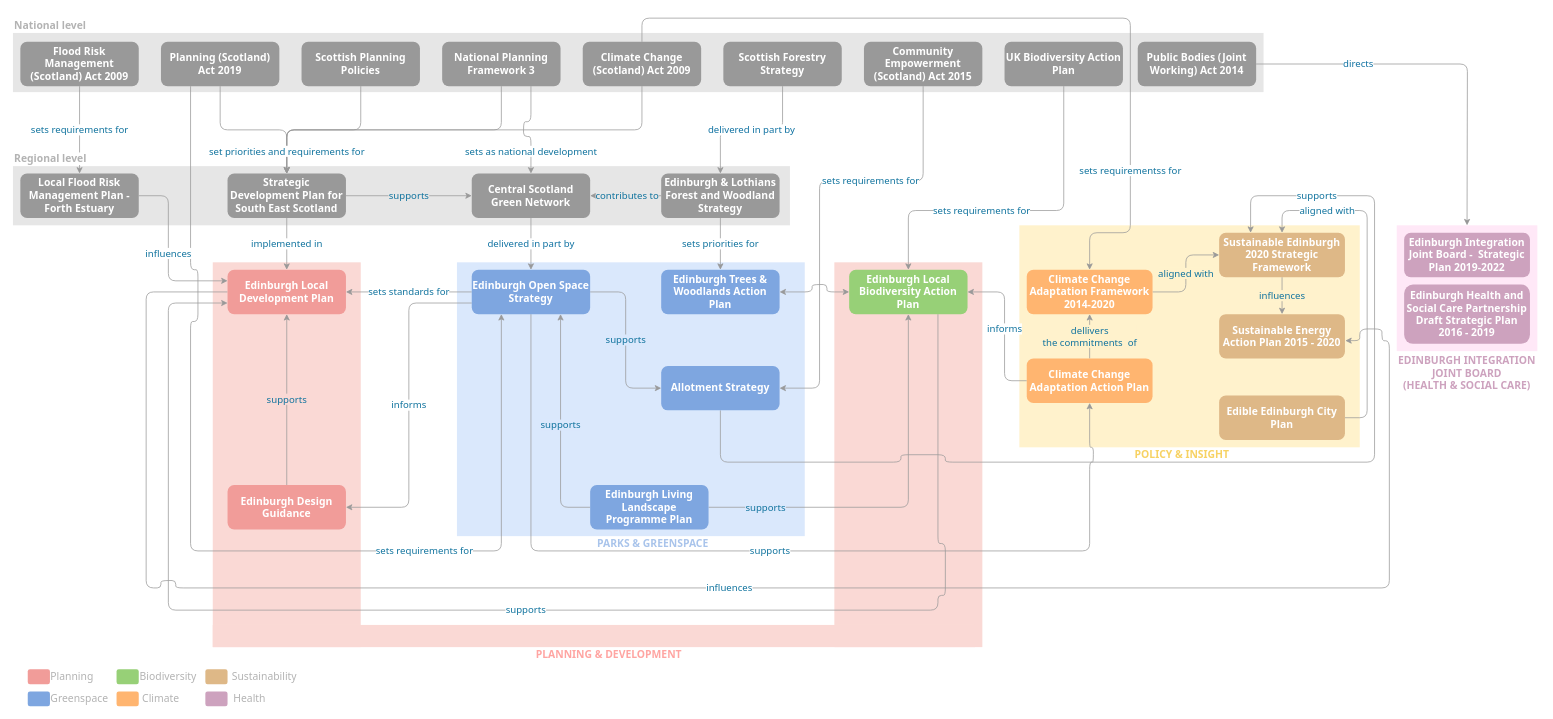
nadasaidi/automatic-funicular keeps this draw.io diagram as DocsMap.drawio. Above is the earlier version. Source tidied: cells renumbered, new cells numbered last; positions are measured from the earlier drawing's top-left corner, leaving out a move shared by most shapes. Both pictures are drawn from the tidied source at 74%, with x=0, y=0 at pixel (13, 18).
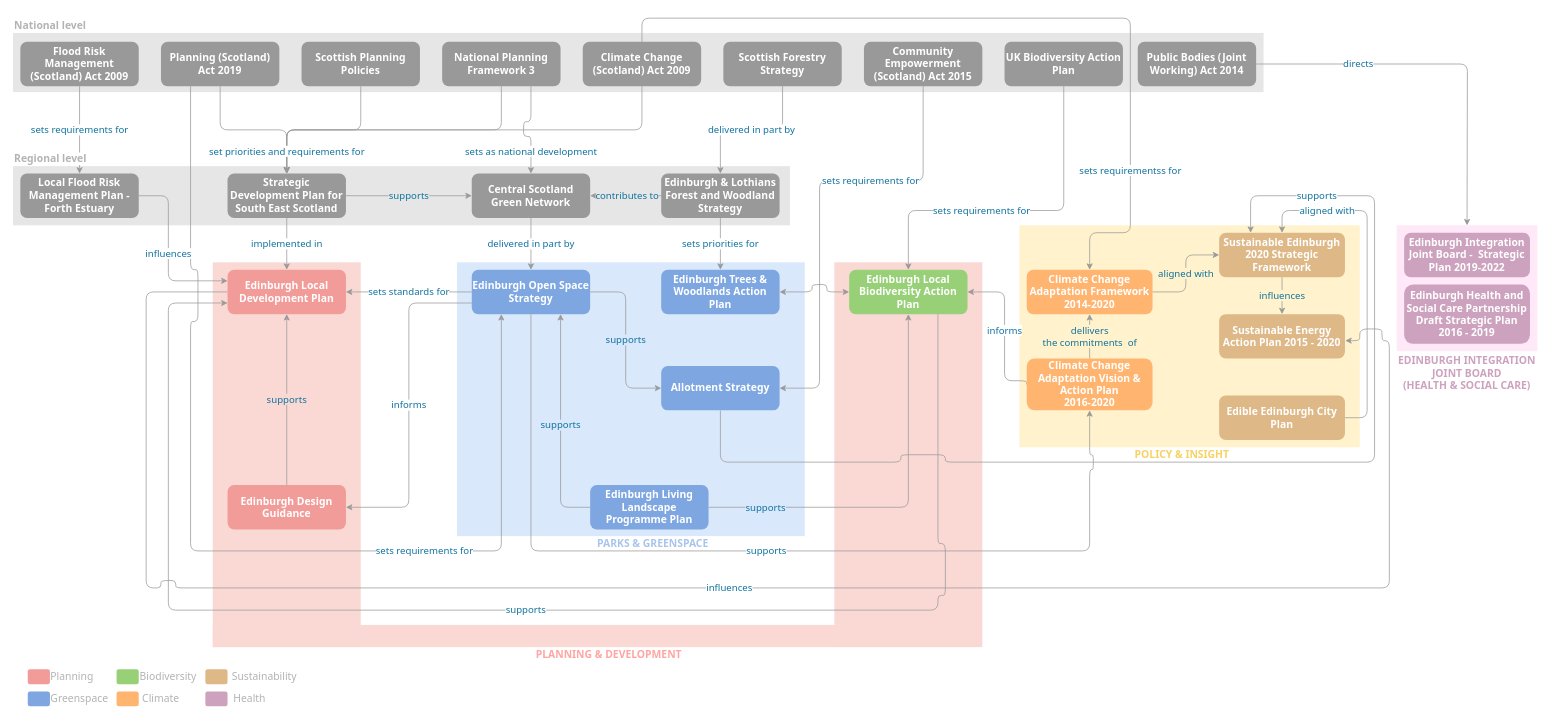
The same page after the edit.

Unchanged cells that the change refers to:
```xml
<mxCell id="44" value="Edinburgh Open Space Strategy" style="rounded=1;fillColor=#7EA6E0;strokeColor=none;fontColor=#FFFFFF;fontStyle=1;fontFamily=Tahoma;fontSize=14;whiteSpace=wrap;" parent="1" vertex="1">
  <mxGeometry x="620" y="340" width="160" height="60" as="geometry" />
</mxCell>
```

Diff of the diagram source:
```diff
@@
     <mxCell id="42" value="supports" style="edgeStyle=orthogonalEdgeStyle;jettySize=auto;html=1;exitX=0.5;exitY=1;exitDx=0;exitDy=0;entryX=0.5;entryY=1;entryDx=0;entryDy=0;startFill=0;strokeColor=#999999;fontColor=#10739E;fontFamily=Tahoma;fontSize=13;" parent="1" edge="1" source="44" target="58">
       <mxGeometry relative="1" as="geometry">
         <Array as="points">
           <mxPoint x="700" y="720" />
           <mxPoint x="1455" y="720" />
-          <mxPoint x="1455" y="600" />
-          <mxPoint x="1460" y="600" />
-          <mxPoint x="1460" y="580" />
-          <mxPoint x="1455" y="580" />
+          <mxPoint x="1455" y="610" />
+          <mxPoint x="1460" y="610" />
+          <mxPoint x="1460" y="590" />
+          <mxPoint x="1455" y="590" />
         </Array>
       </mxGeometry>
     </mxCell>
@@
-    <mxCell id="58" value="Climate Change Adaptation Action Plan" style="rounded=1;fillColor=#FFB570;strokeColor=none;fontColor=#FFFFFF;fontStyle=1;fontFamily=Tahoma;fontSize=14;whiteSpace=wrap;" parent="1" vertex="1">
-      <mxGeometry x="1370" y="460" width="170" height="60" as="geometry" />
+    <mxCell id="58" value="Climate Change Adaptation Vision &amp; Action Plan&#10;2016-2020" style="rounded=1;fillColor=#FFB570;strokeColor=none;fontColor=#FFFFFF;fontStyle=1;fontFamily=Tahoma;fontSize=14;whiteSpace=wrap;" parent="1" vertex="1">
+      <mxGeometry x="1370" y="460" width="170" height="70" as="geometry" />
     </mxCell>
```
